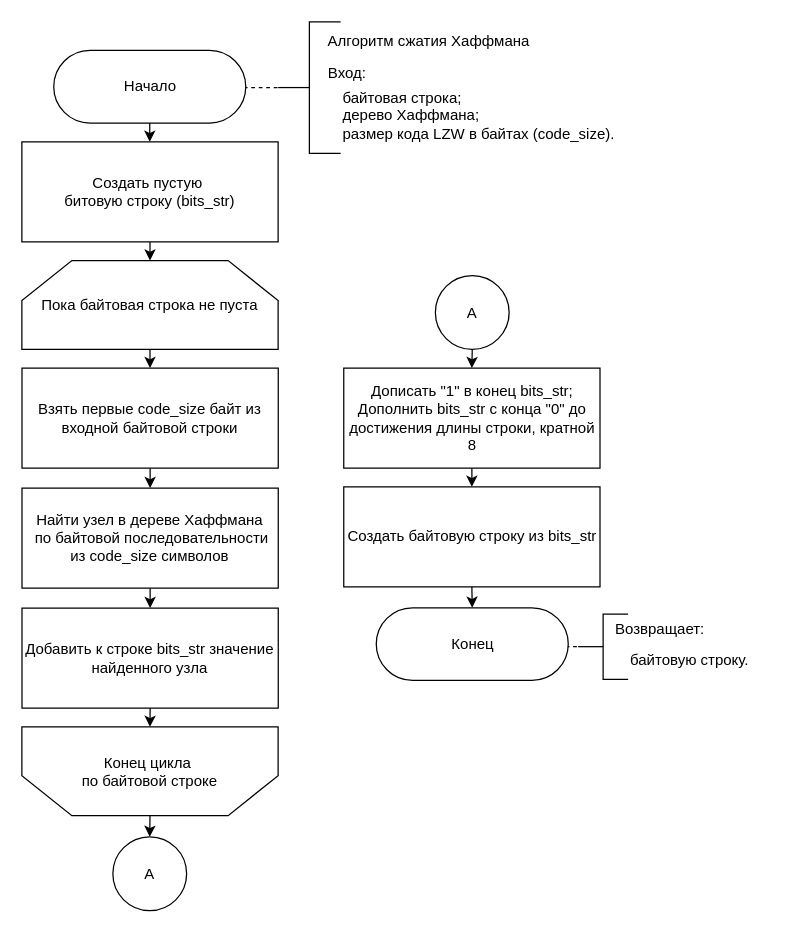
Earlier version of the draw.io diagram docs/schemes/presentation/huffman.drawio (kovkir/bmstu-magistracy-diploma). Source tidied: cells renumbered, new cells numbered last; positions are measured from the earlier drawing's top-left corner, leaving out a move shared by most shapes. Both pictures are drawn from the tidied source at 125%, with x=0, y=0 at pixel (21, 21).
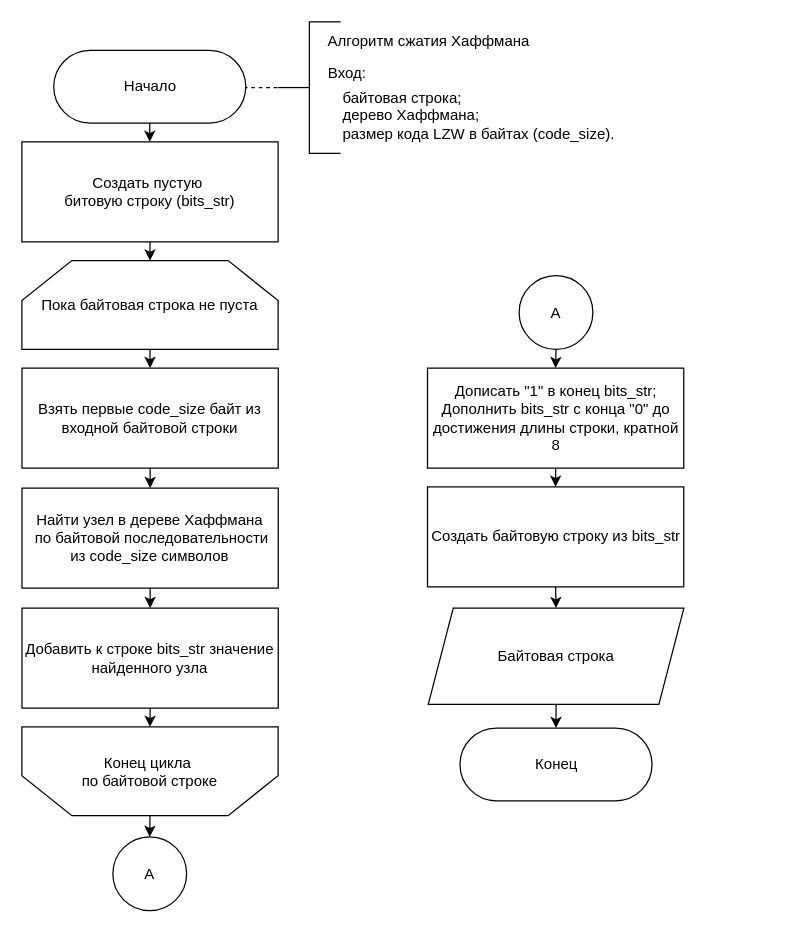
The same page after the edit.

What changed in the source:
```diff
@@
-    <mxCell id="10" style="edgeStyle=none;html=1;entryX=0;entryY=0.5;entryDx=0;entryDy=0;entryPerimeter=0;fontSize=12;endArrow=none;endFill=0;dashed=1;exitX=1;exitY=0.5;exitDx=0;exitDy=0;exitPerimeter=0;" parent="1" edge="1" target="11">
-      <mxGeometry relative="1" as="geometry">
-        <mxPoint x="435" y="499.9" as="sourcePoint" />
-      </mxGeometry>
-    </mxCell>
-    <mxCell id="11" style="strokeWidth=1;html=1;shape=mxgraph.flowchart.annotation_2;align=left;labelPosition=right;strokeColor=default;fontSize=13;gradientColor=none;" parent="1" vertex="1">
-      <mxGeometry x="445" y="473.7" width="40" height="52.3" as="geometry" />
-    </mxCell>
-    <mxCell id="12" value="Возвращает:" style="text;html=1;align=left;verticalAlign=middle;strokeColor=none;fillColor=none;fontSize=12;" parent="1" vertex="1">
-      <mxGeometry x="472.5" y="470.7" width="100" height="30" as="geometry" />
-    </mxCell>
-    <mxCell id="13" value="&lt;span style=&quot;color: rgb(0, 0, 0);&quot;&gt;байтовую строку&lt;/span&gt;&lt;span style=&quot;background-color: transparent;&quot;&gt;.&lt;/span&gt;" style="text;html=1;align=left;verticalAlign=middle;strokeColor=none;fillColor=none;fontSize=12;" parent="1" vertex="1">
-      <mxGeometry x="485" y="496.1" width="120" height="30" as="geometry" />
-    </mxCell>
-    <mxCell id="14" style="edgeStyle=none;html=1;exitX=0.5;exitY=1;exitDx=0;exitDy=0;entryX=0.5;entryY=1;entryDx=0;entryDy=0;" parent="1" edge="1" source="15" target="29">
+    <mxCell id="14" style="edgeStyle=none;html=1;exitX=0.5;exitY=1;exitDx=0;exitDy=0;entryX=0.5;entryY=1;entryDx=0;entryDy=0;" parent="1" edge="1" source="34" target="29">
       <mxGeometry relative="1" as="geometry" />
     </mxCell>
+    <mxCell id="33" style="edgeStyle=none;html=1;exitX=0.5;exitY=1;exitDx=0;exitDy=0;entryX=0.5;entryY=0;entryDx=0;entryDy=0;" parent="1" edge="1" source="15" target="34">
+      <mxGeometry relative="1" as="geometry" />
+    </mxCell>
     <mxCell id="15" value="&lt;span style=&quot;color: rgb(0, 0, 0);&quot;&gt;Создать байтовую строку из bits_str&lt;/span&gt;" style="rounded=0;whiteSpace=wrap;html=1;strokeColor=default;strokeWidth=1;fontSize=12;gradientColor=none;" parent="1" vertex="1">
-      <mxGeometry x="257.5" y="372" width="205" height="80" as="geometry" />
+      <mxGeometry x="324.5" y="372" width="205" height="80" as="geometry" />
     </mxCell>
@@
     <mxCell id="23" value="&lt;span style=&quot;color: rgb(0, 0, 0);&quot;&gt;Дописать&lt;span style=&quot;color: rgb(0, 0, 0);&quot;&gt;&amp;nbsp;&quot;1&quot;&amp;nbsp;&lt;/span&gt;в конец bits_str;&lt;/span&gt;&lt;div&gt;&lt;span style=&quot;color: rgb(0, 0, 0);&quot;&gt;Дополнить&amp;nbsp;&lt;/span&gt;&lt;span style=&quot;color: rgb(0, 0, 0); background-color: transparent;&quot;&gt;bits_str&lt;/span&gt;&lt;span style=&quot;background-color: transparent;&quot;&gt;&amp;nbsp;&lt;font style=&quot;color: rgb(0, 0, 0);&quot;&gt;с конца &quot;0&quot; до достижения длины строки, кратной 8&lt;/font&gt;&lt;/span&gt;&lt;/div&gt;" style="rounded=0;whiteSpace=wrap;html=1;strokeColor=default;strokeWidth=1;fontSize=12;gradientColor=none;" parent="1" vertex="1">
-      <mxGeometry x="257.5" y="277" width="205" height="80" as="geometry" />
+      <mxGeometry x="324.5" y="277" width="205" height="80" as="geometry" />
     </mxCell>
@@
     <mxCell id="29" value="&lt;span style=&quot;color: rgb(0, 0, 0); font-family: Helvetica; font-size: 12px;&quot;&gt;Конец&lt;/span&gt;" style="rounded=1;whiteSpace=wrap;html=1;fontSize=14;spacing=3;strokeWidth=1;glass=0;flipH=1;flipV=0;rotation=0;direction=west;arcSize=50;fontFamily=Times New Roman;" parent="1" vertex="1">
-      <mxGeometry x="283.5" y="468.7" width="153.6" height="58.1" as="geometry" />
+      <mxGeometry x="350.5" y="565" width="153.6" height="58.1" as="geometry" />
     </mxCell>
@@
     <mxCell id="32" value="А" style="ellipse;whiteSpace=wrap;html=1;direction=south;" parent="1" vertex="1">
-      <mxGeometry x="330.8" y="203" width="59" height="59" as="geometry" />
+      <mxGeometry x="397.8" y="203" width="59" height="59" as="geometry" />
     </mxCell>
+    <mxCell id="34" value="&lt;div style=&quot;text-align: left;&quot;&gt;&lt;span style=&quot;text-wrap-mode: nowrap;&quot;&gt;&lt;font style=&quot;color: rgb(0, 0, 0);&quot;&gt;Байтовая&lt;/font&gt; &lt;font style=&quot;color: rgb(0, 0, 0);&quot;&gt;строка&lt;/font&gt;&lt;/span&gt;&lt;/div&gt;" style="shape=parallelogram;perimeter=parallelogramPerimeter;whiteSpace=wrap;html=1;fixedSize=1;" parent="1" vertex="1">
+      <mxGeometry x="325.1" y="469" width="204.5" height="77" as="geometry" />
+    </mxCell>
```
